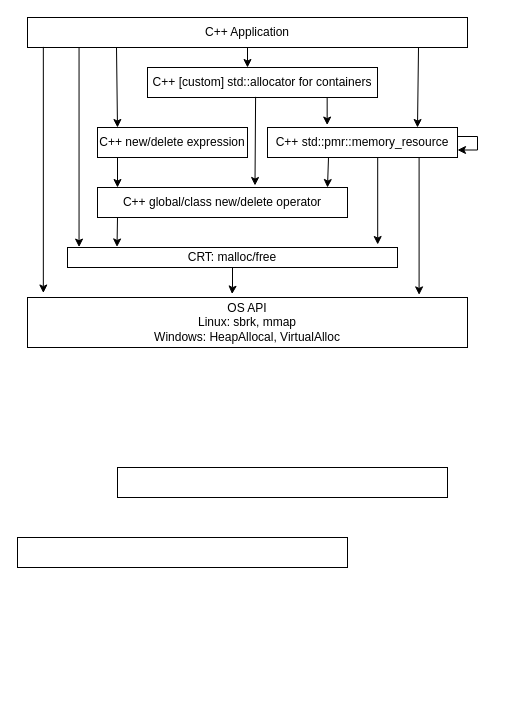
The draw.io diagram 未命名绘图.drawio in prim/git, before the edit. Source tidied: cells renumbered, new cells numbered last; positions are measured from the earlier drawing's top-left corner, leaving out a move shared by most shapes. Both pictures are drawn from the tidied source at 100%, with x=0, y=0 at pixel (17, 17).
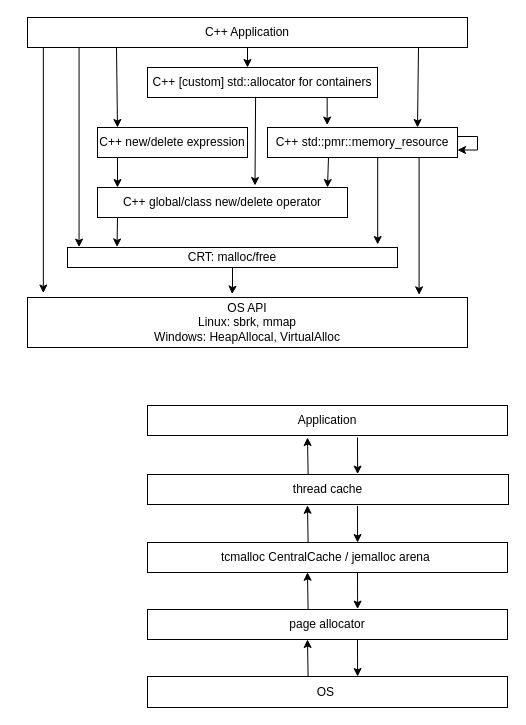
The same page after the edit.

Commit message:
更新未命名绘图.drawio

Diff of the diagram source:
```diff
@@
-    <mxCell id="5" style="rounded=0;whiteSpace=wrap;html=1;" parent="1" vertex="1">
-      <mxGeometry y="520" width="330" height="30" as="geometry" />
+    <mxCell id="5" value="tcmalloc CentralCache / jemalloc arena&amp;nbsp;" style="rounded=0;whiteSpace=wrap;html=1;" parent="1" vertex="1">
+      <mxGeometry x="130" y="525" width="360" height="30" as="geometry" />
     </mxCell>
@@
+    <mxCell id="25" style="edgeStyle=orthogonalEdgeStyle;rounded=0;jettySize=auto;html=1;exitX=0.445;exitY=0.005;exitDx=0;exitDy=0;exitPerimeter=0;" parent="1" edge="1" source="9">
+      <mxGeometry relative="1" as="geometry">
+        <mxPoint x="290" y="420" as="targetPoint" />
+      </mxGeometry>
+    </mxCell>
-    <mxCell id="9" style="rounded=0;whiteSpace=wrap;html=1;" parent="1" vertex="1">
-      <mxGeometry x="100" y="450" width="330" height="30" as="geometry" />
+    <mxCell id="9" value="thread cache" style="rounded=0;whiteSpace=wrap;html=1;" parent="1" vertex="1">
+      <mxGeometry x="130" y="457" width="361" height="30" as="geometry" />
     </mxCell>
@@
+    <mxCell id="26" style="edgeStyle=orthogonalEdgeStyle;rounded=0;jettySize=auto;html=1;entryX=0.582;entryY=-0.014;entryDx=0;entryDy=0;entryPerimeter=0;" parent="1" edge="1" target="9">
+      <mxGeometry relative="1" as="geometry">
+        <mxPoint x="340" y="420" as="sourcePoint" />
+      </mxGeometry>
+    </mxCell>
+    <mxCell id="27" value="Application" style="rounded=0;whiteSpace=wrap;html=1;" parent="1" vertex="1">
+      <mxGeometry x="130" y="388" width="360" height="30" as="geometry" />
+    </mxCell>
+    <mxCell id="28" value="OS&amp;nbsp;" style="rounded=0;whiteSpace=wrap;html=1;" parent="1" vertex="1">
+      <mxGeometry x="130" y="659" width="360" height="31" as="geometry" />
+    </mxCell>
+    <mxCell id="29" value="page allocator" style="rounded=0;whiteSpace=wrap;html=1;" parent="1" vertex="1">
+      <mxGeometry x="130" y="592" width="360" height="30" as="geometry" />
+    </mxCell>
+    <mxCell id="30" style="edgeStyle=orthogonalEdgeStyle;rounded=0;orthogonalLoop=1;jettySize=auto;html=1;entryX=0.582;entryY=-0.014;entryDx=0;entryDy=0;entryPerimeter=0;" parent="1" edge="1">
+      <mxGeometry relative="1" as="geometry">
+        <mxPoint x="340" y="488.4" as="sourcePoint" />
+        <mxPoint x="340.1" y="525" as="targetPoint" />
+      </mxGeometry>
+    </mxCell>
+    <mxCell id="31" style="edgeStyle=orthogonalEdgeStyle;rounded=0;orthogonalLoop=1;jettySize=auto;html=1;entryX=0.582;entryY=-0.014;entryDx=0;entryDy=0;entryPerimeter=0;fontStyle=1;" parent="1" edge="1">
+      <mxGeometry relative="1" as="geometry">
+        <mxPoint x="340" y="555" as="sourcePoint" />
+        <mxPoint x="340.1" y="591.6" as="targetPoint" />
+      </mxGeometry>
+    </mxCell>
+    <mxCell id="32" style="edgeStyle=orthogonalEdgeStyle;rounded=0;orthogonalLoop=1;jettySize=auto;html=1;entryX=0.582;entryY=-0.014;entryDx=0;entryDy=0;entryPerimeter=0;" parent="1" edge="1">
+      <mxGeometry relative="1" as="geometry">
+        <mxPoint x="340" y="622.4" as="sourcePoint" />
+        <mxPoint x="340.1" y="659" as="targetPoint" />
+      </mxGeometry>
+    </mxCell>
+    <mxCell id="33" style="edgeStyle=orthogonalEdgeStyle;rounded=0;orthogonalLoop=1;jettySize=auto;html=1;exitX=0.445;exitY=0.005;exitDx=0;exitDy=0;exitPerimeter=0;" parent="1" edge="1">
+      <mxGeometry relative="1" as="geometry">
+        <mxPoint x="290.6" y="524.9" as="sourcePoint" />
+        <mxPoint x="290" y="487.8" as="targetPoint" />
+      </mxGeometry>
+    </mxCell>
+    <mxCell id="34" style="edgeStyle=orthogonalEdgeStyle;rounded=0;orthogonalLoop=1;jettySize=auto;html=1;exitX=0.445;exitY=0.005;exitDx=0;exitDy=0;exitPerimeter=0;" parent="1" edge="1">
+      <mxGeometry relative="1" as="geometry">
+        <mxPoint x="290.6" y="591.9" as="sourcePoint" />
+        <mxPoint x="290" y="554.8" as="targetPoint" />
+      </mxGeometry>
+    </mxCell>
+    <mxCell id="35" style="edgeStyle=orthogonalEdgeStyle;rounded=0;orthogonalLoop=1;jettySize=auto;html=1;exitX=0.445;exitY=0.005;exitDx=0;exitDy=0;exitPerimeter=0;" parent="1" edge="1">
+      <mxGeometry relative="1" as="geometry">
+        <mxPoint x="290.6" y="659.1" as="sourcePoint" />
+        <mxPoint x="290" y="622" as="targetPoint" />
+      </mxGeometry>
+    </mxCell>
```
